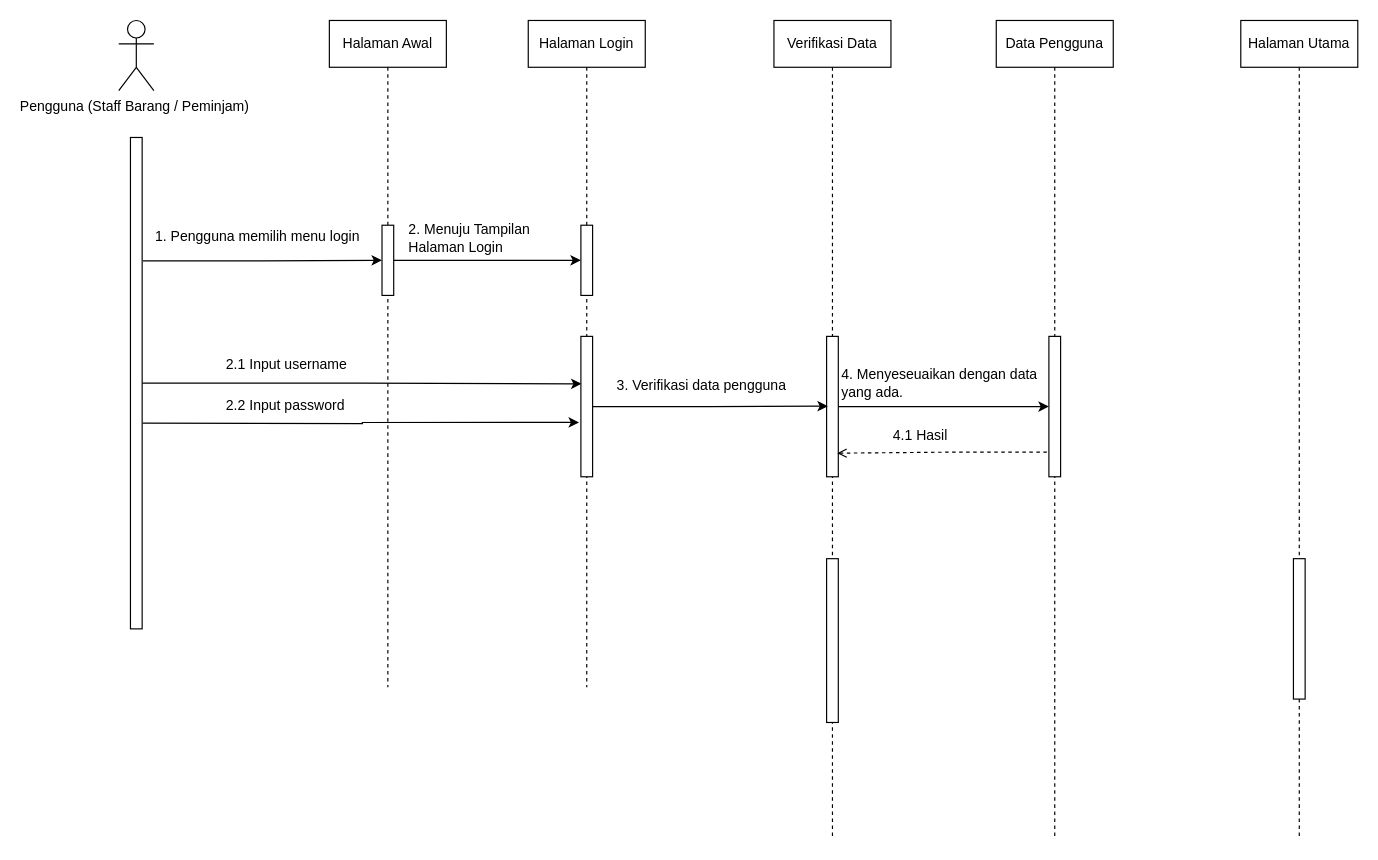
The draw.io diagram page "Login" (2 of 4) of SEQUENCE DIAGRAM.drawio in aliance22/Kelompok-3-ADPL-PPL, before the edit. Source tidied: cells renumbered, new cells numbered last; positions are measured from the earlier drawing's top-left corner, leaving out a move shared by most shapes. Both pictures are drawn from the tidied source at 117%, with x=0, y=0 at pixel (118, 20).
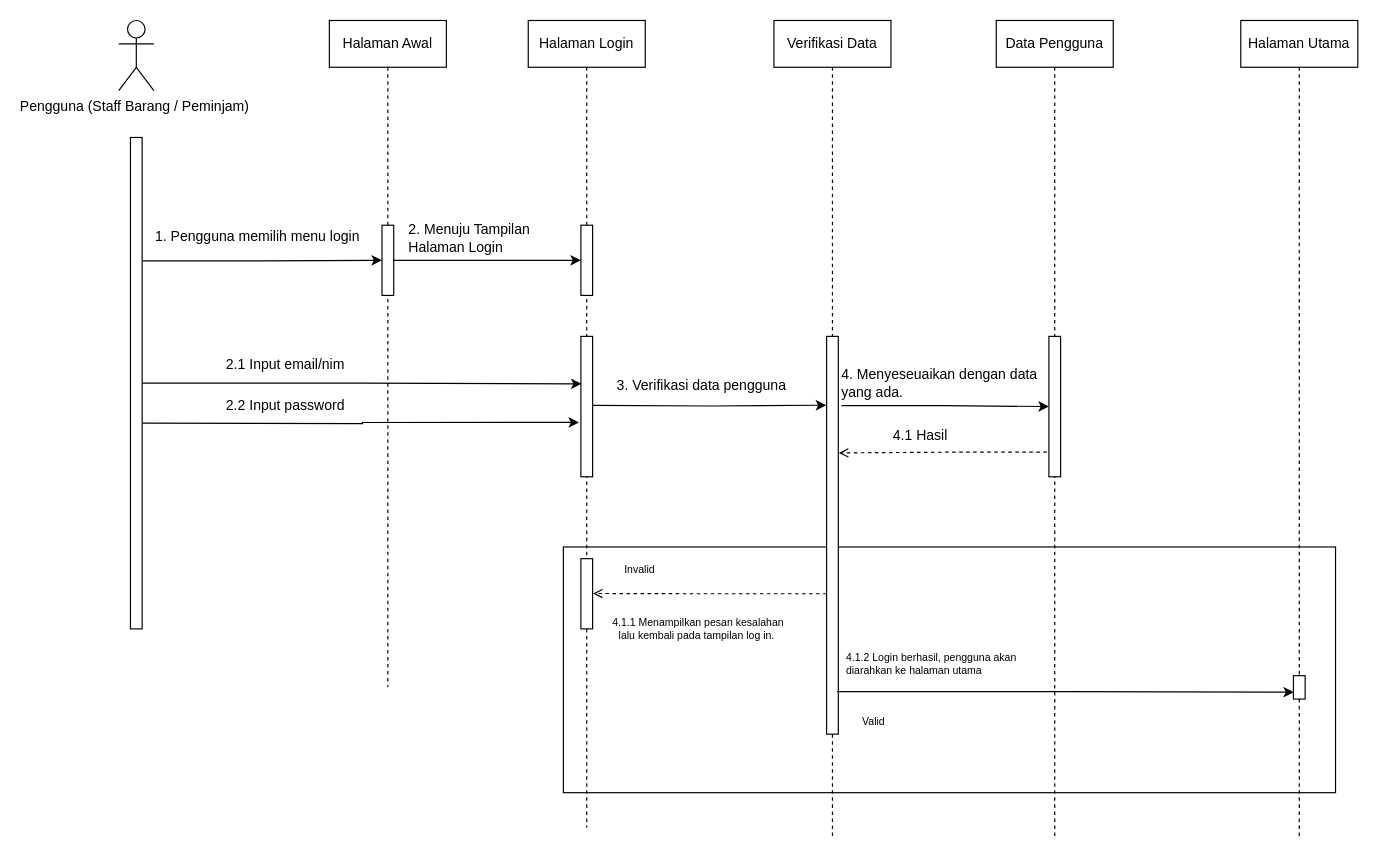
The same page after the edit.

The change refers to these unchanged cells:
```xml
<mxCell id="14" style="html=1;points=[];perimeter=orthogonalPerimeter;" parent="11" vertex="1">
  <mxGeometry x="45" y="270" width="10" height="120" as="geometry" />
</mxCell>
<mxCell id="17" value="Verifikasi Data" style="shape=umlLifeline;perimeter=lifelinePerimeter;whiteSpace=wrap;html=1;" parent="1" vertex="1">
  <mxGeometry x="560" width="100" height="700" as="geometry" />
</mxCell>
<mxCell id="23" style="html=1;points=[];perimeter=orthogonalPerimeter;" parent="22" vertex="1">
  <mxGeometry x="45" y="270" width="10" height="120" as="geometry" />
</mxCell>
<mxCell id="28" value="Halaman Utama" style="shape=umlLifeline;perimeter=lifelinePerimeter;whiteSpace=wrap;html=1;" parent="1" vertex="1">
  <mxGeometry x="959" width="100" height="700" as="geometry" />
</mxCell>
```

Diff of the diagram source:
```diff
@@
+    <mxCell id="30" style="rounded=0;whiteSpace=wrap;html=1;" parent="1" vertex="1">
+      <mxGeometry x="380" y="450" width="660" height="210" as="geometry" />
+    </mxCell>
@@
     <mxCell id="11" value="Halaman Login" style="shape=umlLifeline;perimeter=lifelinePerimeter;whiteSpace=wrap;html=1;" parent="1" vertex="1">
-      <mxGeometry x="350" width="100" height="570" as="geometry" />
+      <mxGeometry x="350" width="100" height="690" as="geometry" />
     </mxCell>
@@
+    <mxCell id="31" style="html=1;points=[];perimeter=orthogonalPerimeter;" parent="11" vertex="1">
+      <mxGeometry x="45" y="460" width="10" height="60" as="geometry" />
+    </mxCell>
@@
-    <mxCell id="16" value="2.1 Input username&lt;div style=&quot;&quot;&gt;&lt;/div&gt;" style="text;html=1;align=left;verticalAlign=middle;strokeColor=none;fillColor=none;" parent="1" vertex="1">
-      <mxGeometry x="90" y="279" width="130" height="30" as="geometry" />
+    <mxCell id="16" value="2.1 Input email/nim&lt;div style=&quot;&quot;&gt;&lt;/div&gt;" style="text;html=1;align=left;verticalAlign=middle;strokeColor=none;fillColor=none;" parent="1" vertex="1">
+      <mxGeometry x="90" y="279" width="120" height="30" as="geometry" />
     </mxCell>
@@
     <mxCell id="18" style="html=1;points=[];perimeter=orthogonalPerimeter;" parent="17" vertex="1">
-      <mxGeometry x="45" y="270" width="10" height="120" as="geometry" />
+      <mxGeometry x="45" y="270" width="10" height="340" as="geometry" />
     </mxCell>
-    <mxCell id="19" style="html=1;perimeter=orthogonalPerimeter;" parent="17" vertex="1">
-      <mxGeometry x="45" y="460" width="10" height="140" as="geometry" />
-    </mxCell>
-    <mxCell id="20" style="edgeStyle=orthogonalEdgeStyle;rounded=0;jettySize=auto;html=1;entryX=0.114;entryY=0.497;entryDx=0;entryDy=0;entryPerimeter=0;" parent="1" edge="1" source="14" target="18">
-      <mxGeometry relative="1" as="geometry" />
+    <mxCell id="20" style="edgeStyle=orthogonalEdgeStyle;rounded=0;jettySize=auto;html=1;entryX=-0.028;entryY=0.173;entryDx=0;entryDy=0;entryPerimeter=0;" parent="1" edge="1" target="18">
+      <mxGeometry relative="1" as="geometry">
+        <mxPoint x="405" y="329" as="sourcePoint" />
+      </mxGeometry>
     </mxCell>
@@
-    <mxCell id="25" style="edgeStyle=orthogonalEdgeStyle;rounded=0;jettySize=auto;html=1;" parent="1" edge="1" source="18" target="23">
+    <mxCell id="25" style="edgeStyle=orthogonalEdgeStyle;rounded=0;jettySize=auto;html=1;exitX=1.265;exitY=0.174;exitDx=0;exitDy=0;exitPerimeter=0;" parent="1" edge="1" source="18" target="23">
       <mxGeometry relative="1" as="geometry" />
     </mxCell>
-    <mxCell id="26" style="edgeStyle=orthogonalEdgeStyle;rounded=0;jettySize=auto;html=1;entryX=0.909;entryY=0.832;entryDx=0;entryDy=0;entryPerimeter=0;dashed=1;endArrow=open;endFill=0;exitX=-0.171;exitY=0.825;exitDx=0;exitDy=0;exitPerimeter=0;" parent="1" edge="1" source="23" target="18">
+    <mxCell id="26" style="edgeStyle=orthogonalEdgeStyle;rounded=0;jettySize=auto;html=1;entryX=1.049;entryY=0.293;entryDx=0;entryDy=0;entryPerimeter=0;dashed=1;endArrow=open;endFill=0;exitX=-0.171;exitY=0.825;exitDx=0;exitDy=0;exitPerimeter=0;" parent="1" edge="1" source="23" target="18">
       <mxGeometry relative="1" as="geometry" />
     </mxCell>
@@
     <mxCell id="29" style="html=1;points=[];perimeter=orthogonalPerimeter;" parent="28" vertex="1">
-      <mxGeometry x="45" y="460" width="10" height="120" as="geometry" />
+      <mxGeometry x="45" y="560" width="10" height="20" as="geometry" />
     </mxCell>
+    <mxCell id="32" style="edgeStyle=orthogonalEdgeStyle;rounded=0;jettySize=auto;html=1;entryX=1.035;entryY=0.496;entryDx=0;entryDy=0;entryPerimeter=0;exitX=0.001;exitY=0.647;exitDx=0;exitDy=0;exitPerimeter=0;dashed=1;endArrow=open;endFill=0;" parent="1" edge="1" source="18" target="31">
+      <mxGeometry relative="1" as="geometry" />
+    </mxCell>
+    <mxCell id="33" style="edgeStyle=orthogonalEdgeStyle;rounded=0;jettySize=auto;html=1;entryX=0.043;entryY=0.707;entryDx=0;entryDy=0;entryPerimeter=0;exitX=0.906;exitY=0.893;exitDx=0;exitDy=0;exitPerimeter=0;" parent="1" edge="1" source="18" target="29">
+      <mxGeometry relative="1" as="geometry" />
+    </mxCell>
+    <mxCell id="34" value="Invalid" style="text;html=1;align=center;verticalAlign=middle;strokeColor=none;fillColor=none;fontSize=9;" parent="1" vertex="1">
+      <mxGeometry x="420" y="460" width="50" height="20" as="geometry" />
+    </mxCell>
+    <mxCell id="35" value="Valid" style="text;html=1;align=center;verticalAlign=middle;strokeColor=none;fillColor=none;fontSize=9;" parent="1" vertex="1">
+      <mxGeometry x="625" y="590" width="40" height="20" as="geometry" />
+    </mxCell>
+    <mxCell id="36" value="4.1.1 Menampilkan pesan kesalahan&lt;br&gt;lalu kembali pada tampilan log in.&amp;nbsp;" style="text;html=1;align=center;verticalAlign=middle;strokeColor=none;fillColor=none;fontSize=9;" parent="1" vertex="1">
+      <mxGeometry x="410" y="500" width="170" height="40" as="geometry" />
+    </mxCell>
+    <mxCell id="37" value="4.1.2 Login berhasil, pengguna akan &lt;br&gt;diarahkan ke halaman utama" style="text;html=1;align=left;verticalAlign=middle;strokeColor=none;fillColor=none;fontSize=9;" parent="1" vertex="1">
+      <mxGeometry x="620" y="530" width="170" height="40" as="geometry" />
+    </mxCell>
```
